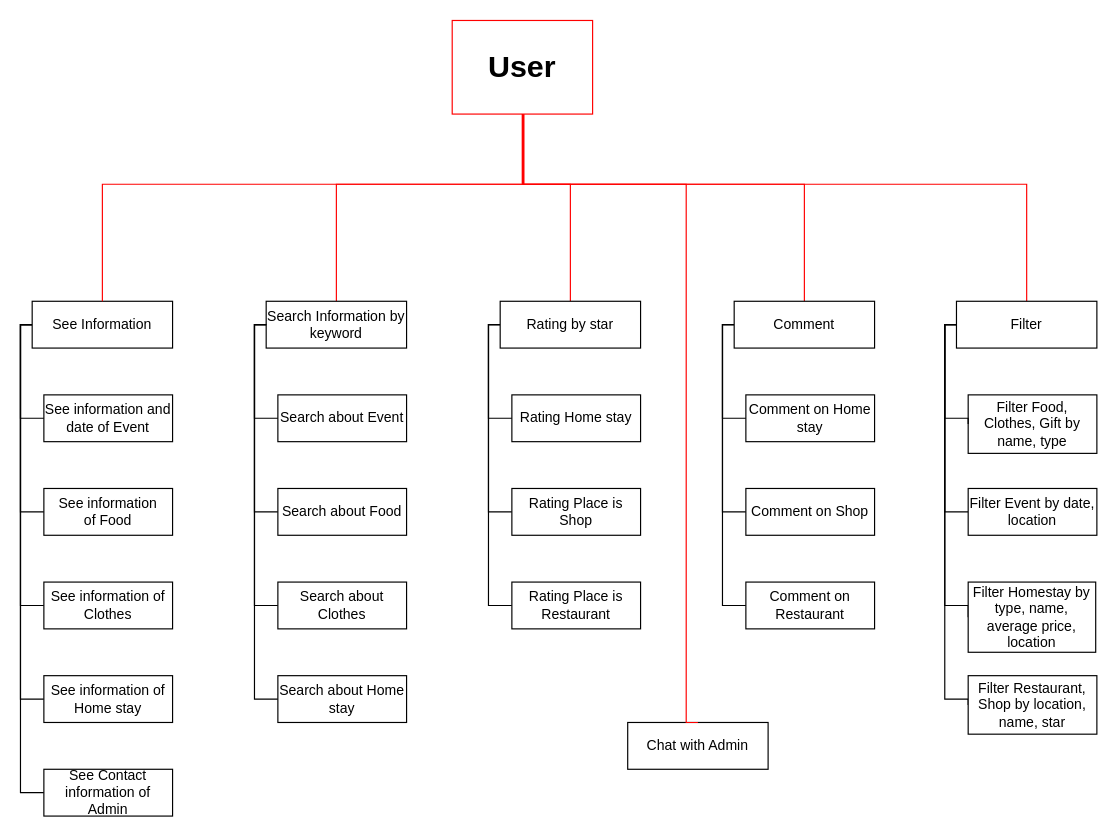
Earlier version of the draw.io diagram VisitVietnamUserFunctional.drawio (KhoaDQ/VisitVietnamRepo). Source tidied: cells renumbered, new cells numbered last; positions are measured from the earlier drawing's top-left corner, leaving out a move shared by most shapes. Both pictures are drawn from the tidied source at 117%, with x=0, y=0 at pixel (20, 20).
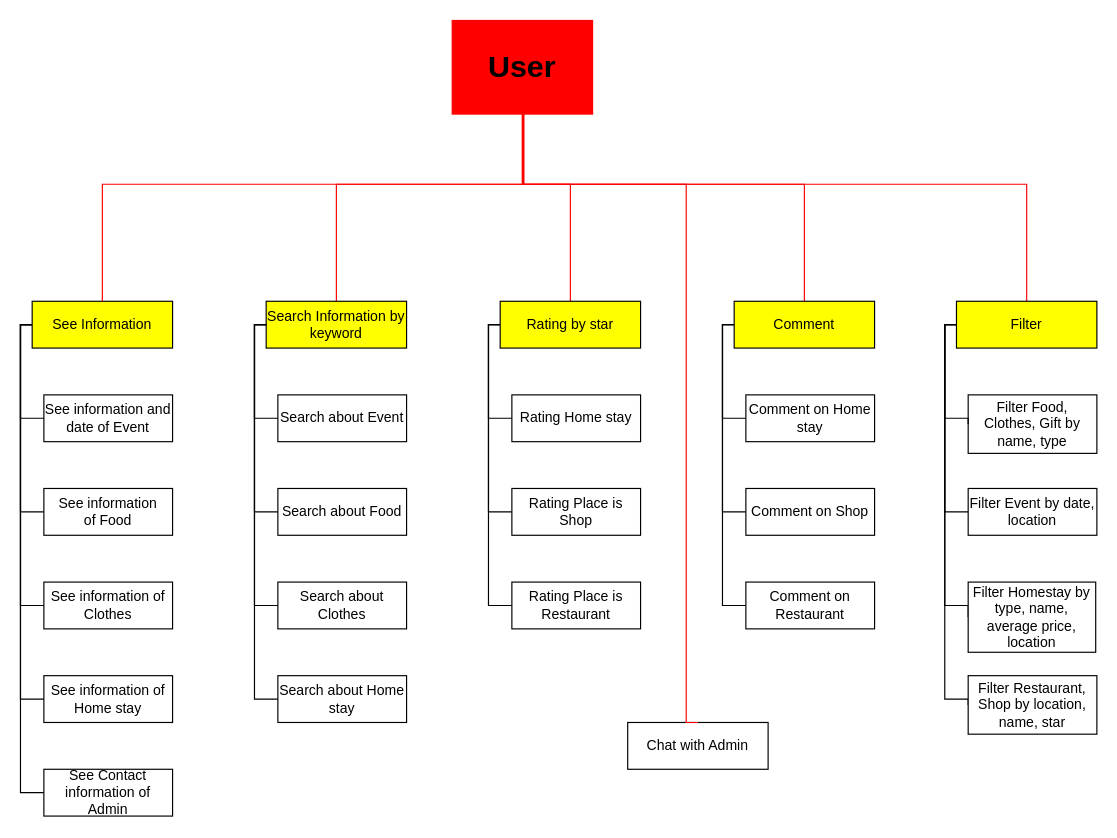
The same diagram, later.

Change to the diagram source:
```diff
@@
-    <mxCell id="8" value="See Information" style="rounded=0;whiteSpace=wrap;html=1;" parent="1" vertex="1">
+    <mxCell id="8" value="See Information" style="rounded=0;whiteSpace=wrap;html=1;fillColor=#FFFF00;" parent="1" vertex="1">
       <mxGeometry x="10" y="240" width="120" height="40" as="geometry" />
     </mxCell>
@@
-    <mxCell id="14" value="User" style="rounded=0;whiteSpace=wrap;html=1;strokeColor=#FF0000;fontStyle=1;fontSize=26;" parent="1" vertex="1">
+    <mxCell id="14" value="User" style="rounded=0;whiteSpace=wrap;html=1;fontStyle=1;fontSize=26;strokeColor=#FF0000;fillColor=#FF0000;" parent="1" vertex="1">
       <mxGeometry x="369" width="120" height="80" as="geometry" />
     </mxCell>
@@
-    <mxCell id="17" value="Search Information by keyword" style="rounded=0;whiteSpace=wrap;html=1;" parent="1" vertex="1">
+    <mxCell id="17" value="Search Information by keyword" style="rounded=0;whiteSpace=wrap;html=1;fillColor=#FFFF00;" parent="1" vertex="1">
       <mxGeometry x="210" y="240" width="120" height="40" as="geometry" />
     </mxCell>
@@
-    <mxCell id="22" value="Rating by star" style="rounded=0;whiteSpace=wrap;html=1;" parent="1" vertex="1">
+    <mxCell id="22" value="Rating by star" style="rounded=0;whiteSpace=wrap;html=1;fillColor=#FFFF00;" parent="1" vertex="1">
       <mxGeometry x="410" y="240" width="120" height="40" as="geometry" />
     </mxCell>
@@
-    <mxCell id="29" value="Comment" style="rounded=0;whiteSpace=wrap;html=1;" parent="1" vertex="1">
+    <mxCell id="29" value="Comment" style="rounded=0;whiteSpace=wrap;html=1;fillColor=#FFFF00;" parent="1" vertex="1">
       <mxGeometry x="610" y="240" width="120" height="40" as="geometry" />
     </mxCell>
@@
-    <mxCell id="37" value="Filter" style="rounded=0;whiteSpace=wrap;html=1;" parent="1" vertex="1">
+    <mxCell id="37" value="Filter" style="rounded=0;whiteSpace=wrap;html=1;fillColor=#FFFF00;" parent="1" vertex="1">
       <mxGeometry x="800" y="240" width="120" height="40" as="geometry" />
     </mxCell>
```
